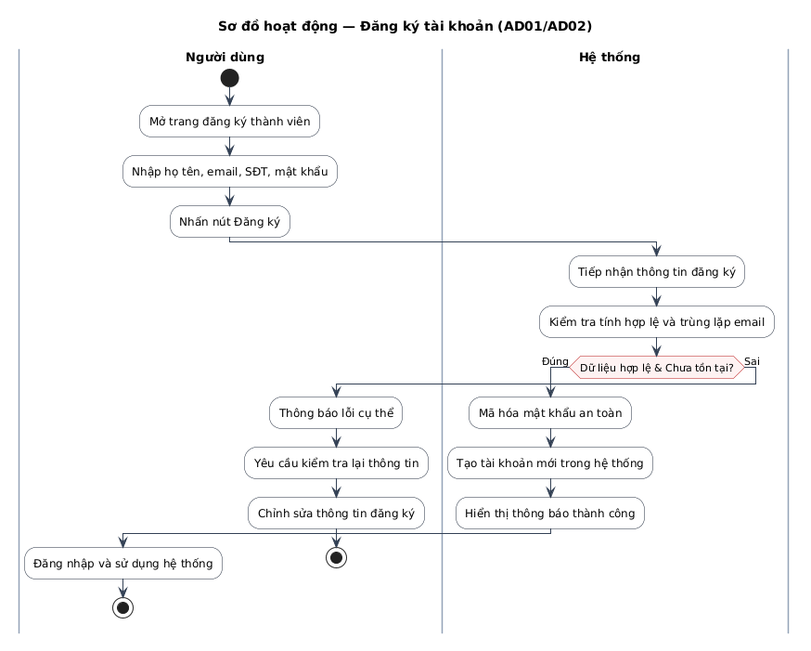
Before: docs/diagrams/activity/AD02_DANG_KY_TAI_KHOAN.png, a diagram exported from PlantUML (dungtttd01702-coder/vamos-store). Source of this version:
```plantuml
@startuml
title Sơ đồ hoạt động — Đăng ký tài khoản (AD01/AD02)

skinparam defaultFontName "Arial"
skinparam defaultFontSize 12
skinparam ActivityFontSize 12
skinparam ActivityBorderColor #1e293b
skinparam ActivityBackgroundColor #ffffff
skinparam ActivityDiamondBorderColor #b91c1c
skinparam ActivityDiamondBackgroundColor #fef2f2
skinparam ActivityDiamondFontSize 11
skinparam ArrowColor #334155
skinparam ArrowFontSize 11
skinparam SwimlaneTitleFontSize 13
skinparam SwimlaneTitleFontStyle bold
skinparam SwimlaneBorderColor #94a3b8
skinparam SwimlaneWidth same

|Người dùng|
start
:Mở trang đăng ký thành viên;
:Nhập họ tên, email, SĐT, mật khẩu;
:Nhấn nút Đăng ký;

|Hệ thống|
:Tiếp nhận thông tin đăng ký;
:Kiểm tra tính hợp lệ và trùng lặp email;
if (Dữ liệu hợp lệ & Chưa tồn tại?) then (Đúng)
  :Mã hóa mật khẩu an toàn;
  :Tạo tài khoản mới trong hệ thống;
  :Hiển thị thông báo thành công;
  |Người dùng|
  :Đăng nhập và sử dụng hệ thống;
  stop
else (Sai)
  :Thông báo lỗi cụ thể;
  :Yêu cầu kiểm tra lại thông tin;
  |Người dùng|
  :Chỉnh sửa thông tin đăng ký;
  stop
endif
@enduml
```
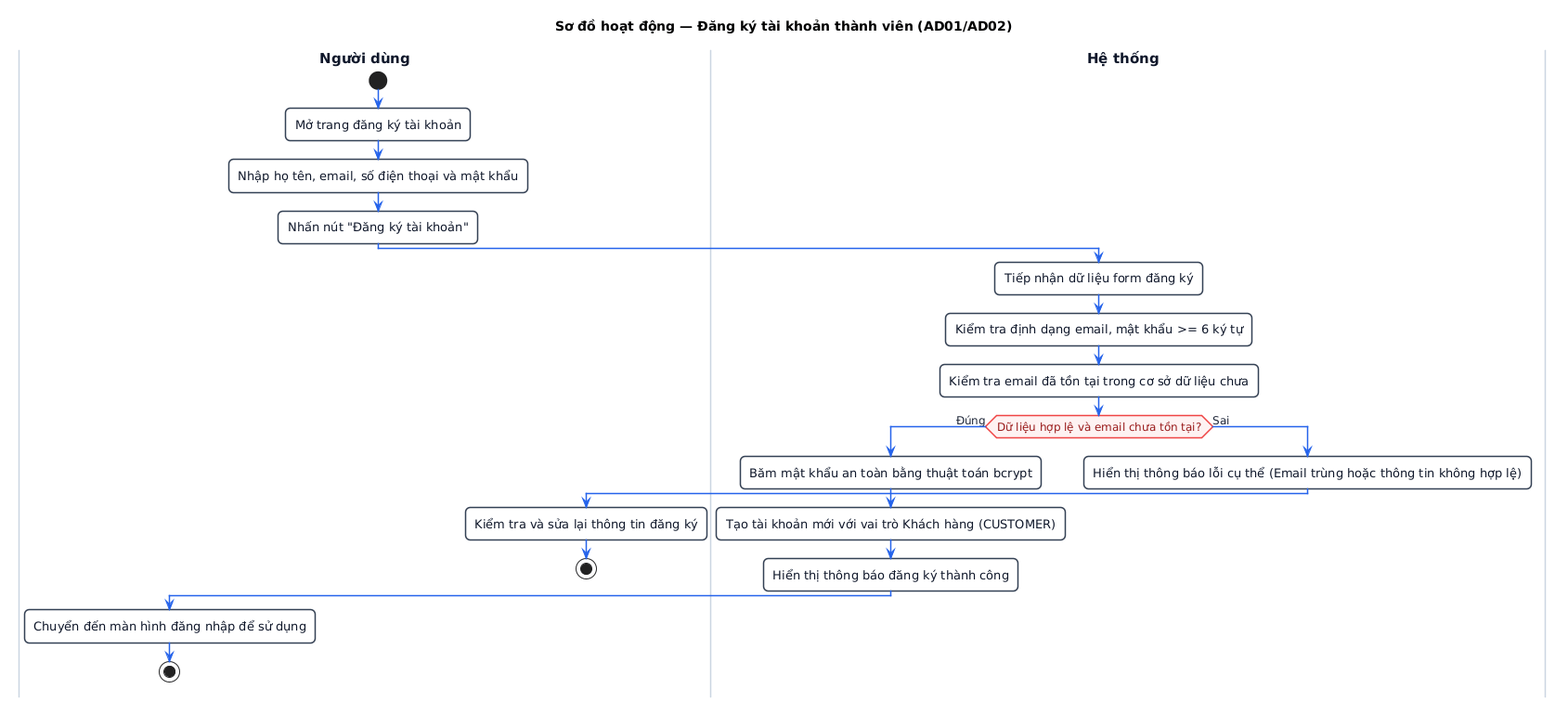
After the change.

The edit, as a diff of the source:
```diff
@@ -1,42 +1,59 @@
 @startuml
-title Sơ đồ hoạt động — Đăng ký tài khoản (AD01/AD02)
+title Sơ đồ hoạt động — Đăng ký tài khoản thành viên (AD01/AD02)
 
-skinparam defaultFontName "Arial"
-skinparam defaultFontSize 12
-skinparam ActivityFontSize 12
-skinparam ActivityBorderColor #1e293b
+skinparam defaultFontName "Segoe UI, Arial, sans-serif"
+skinparam defaultFontSize 13
+skinparam roundCorner 10
+skinparam shadowing false
+
+skinparam ActivityFontSize 13
+skinparam ActivityFontColor #0f172a
+skinparam ActivityBorderColor #334155
+skinparam ActivityBorderThickness 1.5
 skinparam ActivityBackgroundColor #ffffff
-skinparam ActivityDiamondBorderColor #b91c1c
+
+skinparam ActivityDiamondFontSize 12
+skinparam ActivityDiamondFontColor #991b1b
+skinparam ActivityDiamondBorderColor #ef4444
+skinparam ActivityDiamondBorderThickness 1.5
 skinparam ActivityDiamondBackgroundColor #fef2f2
-skinparam ActivityDiamondFontSize 11
-skinparam ArrowColor #334155
-skinparam ArrowFontSize 11
-skinparam SwimlaneTitleFontSize 13
+
+skinparam ArrowColor #2563eb
+skinparam ArrowFontSize 12
+skinparam ArrowFontColor #1e293b
+skinparam ArrowThickness 1.5
+
+skinparam SwimlaneTitleFontSize 15
 skinparam SwimlaneTitleFontStyle bold
-skinparam SwimlaneBorderColor #94a3b8
-skinparam SwimlaneWidth same
+skinparam SwimlaneTitleFontColor #0f172a
+skinparam SwimlaneBorderColor #cbd5e1
+skinparam SwimlaneBorderThickness 1.5
+skinparam SwimlaneWidth 380
 
 |Người dùng|
 start
-:Mở trang đăng ký thành viên;
-:Nhập họ tên, email, SĐT, mật khẩu;
-:Nhấn nút Đăng ký;
+:Mở trang đăng ký tài khoản;
+:Nhập họ tên, email, số điện thoại và mật khẩu;
+:Nhấn nút "Đăng ký tài khoản";
 
 |Hệ thống|
-:Tiếp nhận thông tin đăng ký;
-:Kiểm tra tính hợp lệ và trùng lặp email;
-if (Dữ liệu hợp lệ & Chưa tồn tại?) then (Đúng)
-  :Mã hóa mật khẩu an toàn;
-  :Tạo tài khoản mới trong hệ thống;
-  :Hiển thị thông báo thành công;
+:Tiếp nhận dữ liệu form đăng ký;
+:Kiểm tra định dạng email, mật khẩu >= 6 ký tự;
+:Kiểm tra email đã tồn tại trong cơ sở dữ liệu chưa;
+
+if (Dữ liệu hợp lệ và email chưa tồn tại?) then (Đúng)
+  |Hệ thống|
+  :Băm mật khẩu an toàn bằng thuật toán bcrypt;
+  :Tạo tài khoản mới với vai trò Khách hàng (CUSTOMER);
+  :Hiển thị thông báo đăng ký thành công;
   |Người dùng|
-  :Đăng nhập và sử dụng hệ thống;
+  :Chuyển đến màn hình đăng nhập để sử dụng;
   stop
 else (Sai)
-  :Thông báo lỗi cụ thể;
-  :Yêu cầu kiểm tra lại thông tin;
+  |Hệ thống|
+  :Hiển thị thông báo lỗi cụ thể (Email trùng hoặc thông tin không hợp lệ);
   |Người dùng|
-  :Chỉnh sửa thông tin đăng ký;
+  :Kiểm tra và sửa lại thông tin đăng ký;
   stop
 endif
 @enduml
```
